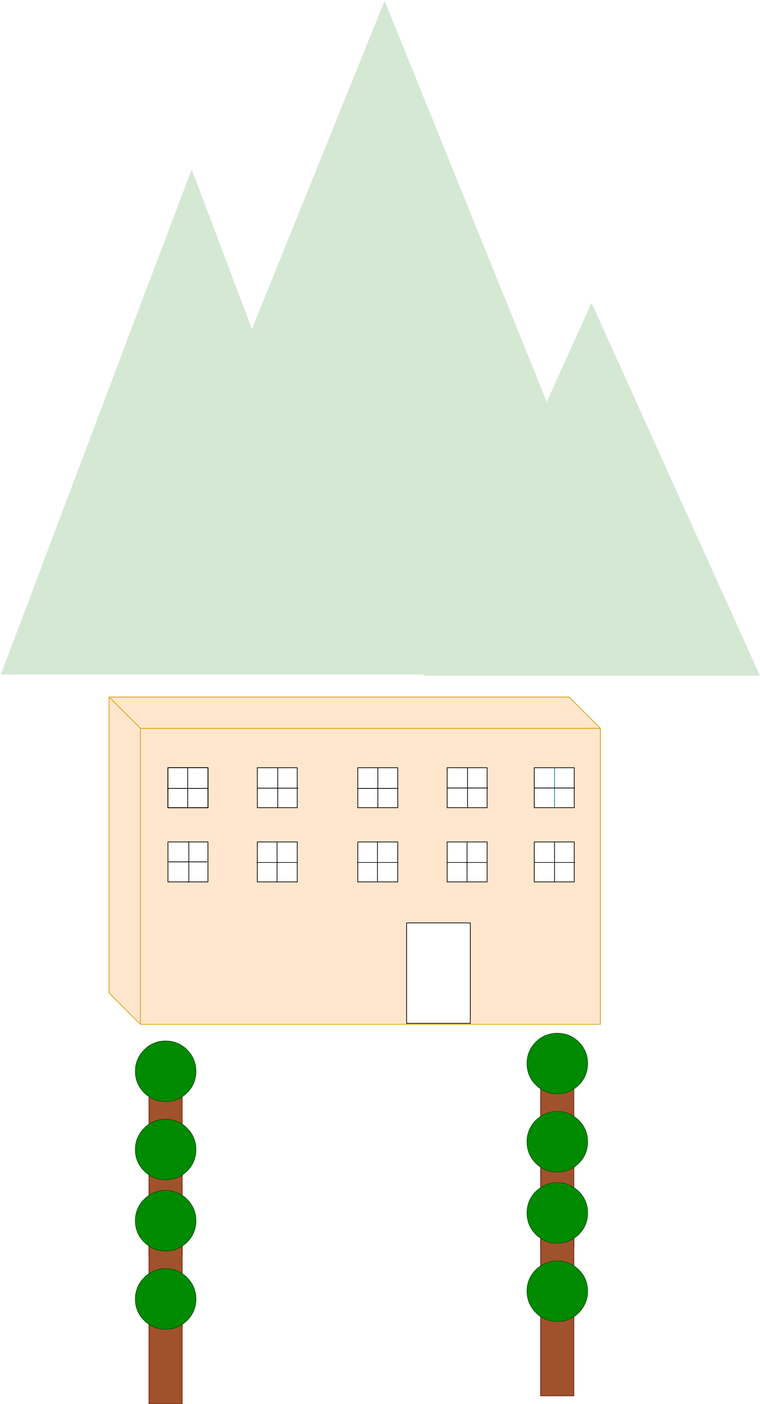
YassineYounes/eMoncefBay keeps this draw.io diagram as Untitled Diagram.svg. Above is the earlier version. Source tidied: cells renumbered, new cells last; positions are measured from the earlier drawing's top-left corner, leaving out a move shared by most shapes. The source it was exported from:
```xml
<mxGraphModel>
  <root>
    <mxCell id="0" />
    <mxCell id="1" parent="0" />
    <mxCell id="2" style="rounded=0;whiteSpace=wrap;html=1;fillColor=#a0522d;strokeColor=#6D1F00;fontColor=#ffffff;" parent="1" vertex="1">
      <mxGeometry x="845.6" y="1416.5" width="46.5" height="133.5" as="geometry" />
    </mxCell>
    <mxCell id="3" style="ellipse;whiteSpace=wrap;html=1;fillColor=#008a00;strokeColor=#005700;fontColor=#ffffff;" parent="1" vertex="1">
      <mxGeometry x="826.5" y="1360" width="85" height="85" as="geometry" />
    </mxCell>
    <mxCell id="4" style="rounded=0;whiteSpace=wrap;html=1;fillColor=#a0522d;strokeColor=#6D1F00;fontColor=#ffffff;" parent="1" vertex="1">
      <mxGeometry x="845.6" y="1526.5" width="46.5" height="133.5" as="geometry" />
    </mxCell>
    <mxCell id="5" style="ellipse;whiteSpace=wrap;html=1;fillColor=#008a00;strokeColor=#005700;fontColor=#ffffff;" parent="1" vertex="1">
      <mxGeometry x="826.5" y="1470" width="85" height="85" as="geometry" />
    </mxCell>
    <mxCell id="6" style="rounded=0;whiteSpace=wrap;html=1;fillColor=#a0522d;strokeColor=#6D1F00;fontColor=#ffffff;" parent="1" vertex="1">
      <mxGeometry x="845.6" y="1626.5" width="46.5" height="133.5" as="geometry" />
    </mxCell>
    <mxCell id="7" style="ellipse;whiteSpace=wrap;html=1;fillColor=#008a00;strokeColor=#005700;fontColor=#ffffff;" parent="1" vertex="1">
      <mxGeometry x="826.5" y="1570" width="85" height="85" as="geometry" />
    </mxCell>
    <mxCell id="8" style="rounded=0;whiteSpace=wrap;html=1;fillColor=#a0522d;strokeColor=#6D1F00;fontColor=#ffffff;" parent="1" vertex="1">
      <mxGeometry x="845.6" y="1736.5" width="46.5" height="133.5" as="geometry" />
    </mxCell>
    <mxCell id="9" style="ellipse;whiteSpace=wrap;html=1;fillColor=#008a00;strokeColor=#005700;fontColor=#ffffff;" parent="1" vertex="1">
      <mxGeometry x="826.5" y="1680" width="85" height="85" as="geometry" />
    </mxCell>
    <mxCell id="10" style="rounded=0;whiteSpace=wrap;html=1;fillColor=#a0522d;strokeColor=#6D1F00;fontColor=#ffffff;" parent="1" vertex="1">
      <mxGeometry x="295.6" y="1428" width="46.5" height="133.5" as="geometry" />
    </mxCell>
    <mxCell id="11" style="ellipse;whiteSpace=wrap;html=1;fillColor=#008a00;strokeColor=#005700;fontColor=#ffffff;" parent="1" vertex="1">
      <mxGeometry x="276.5" y="1371.5" width="85" height="85" as="geometry" />
    </mxCell>
    <mxCell id="12" style="rounded=0;whiteSpace=wrap;html=1;fillColor=#a0522d;strokeColor=#6D1F00;fontColor=#ffffff;" parent="1" vertex="1">
      <mxGeometry x="295.6" y="1538" width="46.5" height="133.5" as="geometry" />
    </mxCell>
    <mxCell id="13" style="ellipse;whiteSpace=wrap;html=1;fillColor=#008a00;strokeColor=#005700;fontColor=#ffffff;" parent="1" vertex="1">
      <mxGeometry x="276.5" y="1481.5" width="85" height="85" as="geometry" />
    </mxCell>
    <mxCell id="14" style="rounded=0;whiteSpace=wrap;html=1;fillColor=#a0522d;strokeColor=#6D1F00;fontColor=#ffffff;" parent="1" vertex="1">
      <mxGeometry x="295.6" y="1638" width="46.5" height="133.5" as="geometry" />
    </mxCell>
    <mxCell id="15" style="ellipse;whiteSpace=wrap;html=1;fillColor=#008a00;strokeColor=#005700;fontColor=#ffffff;" parent="1" vertex="1">
      <mxGeometry x="276.5" y="1581.5" width="85" height="85" as="geometry" />
    </mxCell>
    <mxCell id="16" style="rounded=0;whiteSpace=wrap;html=1;fillColor=#a0522d;strokeColor=#6D1F00;fontColor=#ffffff;" parent="1" vertex="1">
      <mxGeometry x="295.6" y="1748" width="46.5" height="133.5" as="geometry" />
    </mxCell>
    <mxCell id="17" style="ellipse;whiteSpace=wrap;html=1;fillColor=#008a00;strokeColor=#005700;fontColor=#ffffff;" parent="1" vertex="1">
      <mxGeometry x="276.5" y="1691.5" width="85" height="85" as="geometry" />
    </mxCell>
    <mxCell id="18" style="group;" parent="1" vertex="1">
      <mxGeometry x="239.5" y="888" width="690" height="460" as="geometry" />
    </mxCell>
    <mxCell id="19" style="shape=cube;whiteSpace=wrap;html=1;boundedLbl=1;backgroundOutline=1;fillColor=#ffe6cc;strokeColor=#d79b00;size=44;" parent="18" vertex="1">
      <mxGeometry width="690" height="460" as="geometry" />
    </mxCell>
    <mxCell id="20" style="whiteSpace=wrap;html=1;fontColor=#000000;" parent="18" vertex="1">
      <mxGeometry x="82.8" y="99.4" width="56.1" height="56.1" as="geometry" />
    </mxCell>
    <mxCell id="21" style="whiteSpace=wrap;html=1;fontColor=#000000;" parent="18" vertex="1">
      <mxGeometry x="208.2" y="99.4" width="56.1" height="56.1" as="geometry" />
    </mxCell>
    <mxCell id="22" style="whiteSpace=wrap;html=1;fontColor=#000000;" parent="18" vertex="1">
      <mxGeometry x="82.8" y="203.7" width="56.1" height="56.1" as="geometry" />
    </mxCell>
    <mxCell id="23" style="whiteSpace=wrap;html=1;fontColor=#000000;" parent="18" vertex="1">
      <mxGeometry x="208.2" y="203.7" width="56.1" height="56.1" as="geometry" />
    </mxCell>
    <mxCell id="24" style="whiteSpace=wrap;html=1;fontColor=#000000;" parent="18" vertex="1">
      <mxGeometry x="82.8" y="99.4" width="56.1" height="56.1" as="geometry" />
    </mxCell>
    <mxCell id="25" style="whiteSpace=wrap;html=1;fontColor=#000000;" parent="18" vertex="1">
      <mxGeometry x="474.8" y="99.4" width="56.1" height="56.1" as="geometry" />
    </mxCell>
    <mxCell id="26" style="whiteSpace=wrap;html=1;fontColor=#000000;" parent="18" vertex="1">
      <mxGeometry x="349.4" y="203.7" width="56.1" height="56.1" as="geometry" />
    </mxCell>
    <mxCell id="27" style="whiteSpace=wrap;html=1;fontColor=#000000;" parent="18" vertex="1">
      <mxGeometry x="474.8" y="203.7" width="56.1" height="56.1" as="geometry" />
    </mxCell>
    <mxCell id="28" style="whiteSpace=wrap;html=1;fontColor=#000000;" parent="18" vertex="1">
      <mxGeometry x="349.4" y="99.4" width="56.1" height="56.1" as="geometry" />
    </mxCell>
    <mxCell id="29" style="whiteSpace=wrap;html=1;fontColor=#000000;" parent="18" vertex="1">
      <mxGeometry x="597.1" y="99.4" width="56.1" height="56.1" as="geometry" />
    </mxCell>
    <mxCell id="30" style="whiteSpace=wrap;html=1;fontColor=#000000;" parent="18" vertex="1">
      <mxGeometry x="597.1" y="203.7" width="56.1" height="56.1" as="geometry" />
    </mxCell>
    <mxCell id="31" style="rounded=0;whiteSpace=wrap;html=1;fontColor=#000000;rotation=-90;" parent="18" vertex="1">
      <mxGeometry x="392" y="343.3" width="141.1" height="89.4" as="geometry" />
    </mxCell>
    <mxCell id="32" style="endArrow=none;html=1;fontColor=#000000;exitX=0.5;exitY=1;entryX=0.5;entryY=0;" parent="18" edge="1" source="22" target="22">
      <mxGeometry relative="1" as="geometry" />
    </mxCell>
    <mxCell id="33" style="endArrow=none;html=1;fontColor=#000000;exitX=0;exitY=0.5;entryX=1;entryY=0.5;" parent="18" edge="1" source="22" target="22">
      <mxGeometry relative="1" as="geometry" />
    </mxCell>
    <mxCell id="34" style="endArrow=none;html=1;fontColor=#000000;exitX=0.5;exitY=1;entryX=0.5;entryY=0;" parent="18" edge="1">
      <mxGeometry relative="1" as="geometry">
        <mxPoint x="235.9" y="259.6" as="sourcePoint" />
        <mxPoint x="235.9" y="203.9" as="targetPoint" />
      </mxGeometry>
    </mxCell>
    <mxCell id="35" style="endArrow=none;html=1;fontColor=#000000;exitX=0;exitY=0.5;entryX=1;entryY=0.5;" parent="18" edge="1">
      <mxGeometry relative="1" as="geometry">
        <mxPoint x="207.4" y="232.4" as="sourcePoint" />
        <mxPoint x="264.5" y="232.4" as="targetPoint" />
      </mxGeometry>
    </mxCell>
    <mxCell id="36" style="endArrow=none;html=1;fontColor=#000000;exitX=0.5;exitY=1;entryX=0.5;entryY=0;" parent="18" edge="1">
      <mxGeometry relative="1" as="geometry">
        <mxPoint x="376.9" y="259.6" as="sourcePoint" />
        <mxPoint x="376.9" y="203.9" as="targetPoint" />
      </mxGeometry>
    </mxCell>
    <mxCell id="37" style="endArrow=none;html=1;fontColor=#000000;exitX=0;exitY=0.5;entryX=1;entryY=0.5;" parent="18" edge="1">
      <mxGeometry relative="1" as="geometry">
        <mxPoint x="348.4" y="232.4" as="sourcePoint" />
        <mxPoint x="405.5" y="232.4" as="targetPoint" />
      </mxGeometry>
    </mxCell>
    <mxCell id="38" style="endArrow=none;html=1;fontColor=#000000;exitX=0.5;exitY=1;entryX=0.5;entryY=0;" parent="18" edge="1">
      <mxGeometry relative="1" as="geometry">
        <mxPoint x="502.8" y="259.6" as="sourcePoint" />
        <mxPoint x="502.8" y="203.9" as="targetPoint" />
      </mxGeometry>
    </mxCell>
    <mxCell id="39" style="endArrow=none;html=1;fontColor=#000000;exitX=0;exitY=0.5;entryX=1;entryY=0.5;" parent="18" edge="1">
      <mxGeometry relative="1" as="geometry">
        <mxPoint x="474.2" y="232.4" as="sourcePoint" />
        <mxPoint x="531.3" y="232.4" as="targetPoint" />
      </mxGeometry>
    </mxCell>
    <mxCell id="40" style="endArrow=none;html=1;fontColor=#000000;exitX=0.5;exitY=1;entryX=0.5;entryY=0;" parent="18" edge="1">
      <mxGeometry relative="1" as="geometry">
        <mxPoint x="236.9" y="155.2" as="sourcePoint" />
        <mxPoint x="236.9" y="99.5" as="targetPoint" />
      </mxGeometry>
    </mxCell>
    <mxCell id="41" style="endArrow=none;html=1;fontColor=#000000;exitX=0;exitY=0.5;entryX=1;entryY=0.5;" parent="18" edge="1">
      <mxGeometry relative="1" as="geometry">
        <mxPoint x="208.4" y="128.1" as="sourcePoint" />
        <mxPoint x="265.5" y="128.1" as="targetPoint" />
      </mxGeometry>
    </mxCell>
    <mxCell id="42" style="endArrow=none;html=1;fontColor=#000000;exitX=0.5;exitY=1;entryX=0.5;entryY=0;" parent="18" edge="1">
      <mxGeometry relative="1" as="geometry">
        <mxPoint x="503.4" y="155.1" as="sourcePoint" />
        <mxPoint x="503.4" y="99.4" as="targetPoint" />
      </mxGeometry>
    </mxCell>
    <mxCell id="43" style="endArrow=none;html=1;fontColor=#000000;exitX=0;exitY=0.5;entryX=1;entryY=0.5;" parent="18" edge="1">
      <mxGeometry relative="1" as="geometry">
        <mxPoint x="474.9" y="127.9" as="sourcePoint" />
        <mxPoint x="532" y="127.9" as="targetPoint" />
      </mxGeometry>
    </mxCell>
    <mxCell id="44" style="endArrow=none;html=1;fontColor=#000000;exitX=0.5;exitY=1;entryX=0.5;entryY=0;" parent="18" edge="1">
      <mxGeometry relative="1" as="geometry">
        <mxPoint x="377.4" y="155.6" as="sourcePoint" />
        <mxPoint x="377.4" y="99.9" as="targetPoint" />
      </mxGeometry>
    </mxCell>
    <mxCell id="45" style="endArrow=none;html=1;fontColor=#000000;exitX=0;exitY=0.5;entryX=1;entryY=0.5;" parent="18" edge="1">
      <mxGeometry relative="1" as="geometry">
        <mxPoint x="348.9" y="128.4" as="sourcePoint" />
        <mxPoint x="406" y="128.4" as="targetPoint" />
      </mxGeometry>
    </mxCell>
    <mxCell id="46" style="endArrow=none;html=1;fontColor=#000000;exitX=0.5;exitY=1;entryX=0.5;entryY=0;" parent="18" edge="1">
      <mxGeometry relative="1" as="geometry">
        <mxPoint x="110.4" y="155.6" as="sourcePoint" />
        <mxPoint x="110.4" y="99.9" as="targetPoint" />
      </mxGeometry>
    </mxCell>
    <mxCell id="47" style="endArrow=none;html=1;fontColor=#000000;exitX=0;exitY=0.5;entryX=1;entryY=0.5;" parent="18" edge="1">
      <mxGeometry relative="1" as="geometry">
        <mxPoint x="81.9" y="128.4" as="sourcePoint" />
        <mxPoint x="139" y="128.4" as="targetPoint" />
      </mxGeometry>
    </mxCell>
    <mxCell id="48" style="endArrow=none;html=1;fontColor=#000000;exitX=0.5;exitY=1;entryX=0.5;entryY=0;fillColor=#b0e3e6;strokeColor=#0e8088;" parent="18" edge="1">
      <mxGeometry relative="1" as="geometry">
        <mxPoint x="625.6" y="155.1" as="sourcePoint" />
        <mxPoint x="625.6" y="99.4" as="targetPoint" />
      </mxGeometry>
    </mxCell>
    <mxCell id="49" style="endArrow=none;html=1;fontColor=#000000;exitX=0;exitY=0.5;entryX=1;entryY=0.5;" parent="18" edge="1">
      <mxGeometry relative="1" as="geometry">
        <mxPoint x="597" y="127.9" as="sourcePoint" />
        <mxPoint x="654.2" y="127.9" as="targetPoint" />
      </mxGeometry>
    </mxCell>
    <mxCell id="50" style="endArrow=none;html=1;fontColor=#000000;exitX=0.5;exitY=1;entryX=0.5;entryY=0;" parent="18" edge="1">
      <mxGeometry relative="1" as="geometry">
        <mxPoint x="625.6" y="259.6" as="sourcePoint" />
        <mxPoint x="625.6" y="203.9" as="targetPoint" />
      </mxGeometry>
    </mxCell>
    <mxCell id="51" style="endArrow=none;html=1;fontColor=#000000;exitX=0;exitY=0.5;entryX=1;entryY=0.5;" parent="18" edge="1">
      <mxGeometry relative="1" as="geometry">
        <mxPoint x="597" y="232.4" as="sourcePoint" />
        <mxPoint x="654.2" y="232.4" as="targetPoint" />
      </mxGeometry>
    </mxCell>
    <mxCell id="52" style="triangle;whiteSpace=wrap;html=1;rotation=-90;fillColor=#d5e8d4;strokeColor=none;" parent="1" vertex="1">
      <mxGeometry x="655" y="359.5" width="524" height="473" as="geometry" />
    </mxCell>
    <mxCell id="53" style="triangle;whiteSpace=wrap;html=1;rotation=-90;fillColor=#d5e8d4;strokeColor=none;" parent="1" vertex="1">
      <mxGeometry x="0.5" y="233.5" width="710" height="536" as="geometry" />
    </mxCell>
    <mxCell id="54" style="triangle;rotation=-90;fillColor=#d5e8d4;strokeColor=none;labelBorderColor=none;whiteSpace=wrap;html=1;" parent="1" vertex="1">
      <mxGeometry x="153" y="0.5" width="947" height="765" as="geometry" />
    </mxCell>
  </root>
</mxGraphModel>
```
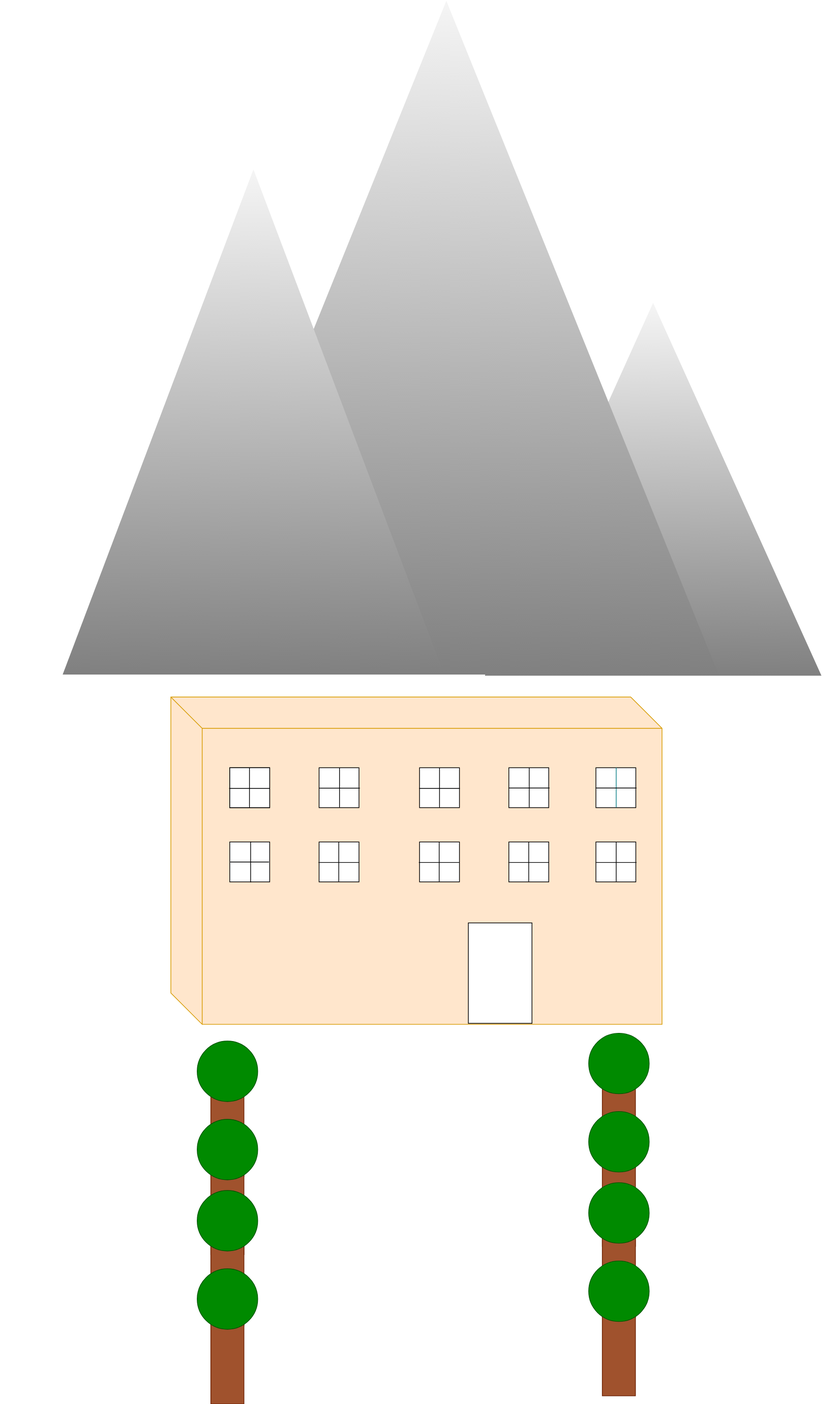
After the change.

Change to the diagram source:
```diff
@@ -206,14 +206,17 @@
         <mxPoint x="654.2" y="232.4" as="targetPoint" />
       </mxGeometry>
     </mxCell>
+    <mxCell id="55" style="group;" parent="1" vertex="1">
+      <mxGeometry x="0.5" y="0.5" width="1178.5" height="832" as="geometry" />
+    </mxCell>
-    <mxCell id="52" style="triangle;whiteSpace=wrap;html=1;rotation=-90;fillColor=#d5e8d4;strokeColor=none;" parent="1" vertex="1">
-      <mxGeometry x="655" y="359.5" width="524" height="473" as="geometry" />
+    <mxCell id="52" style="triangle;whiteSpace=wrap;html=1;rotation=-90;fillColor=#f5f5f5;strokeColor=none;fontColor=#333333;gradientColor=#808080;gradientDirection=west;" parent="55" vertex="1">
+      <mxGeometry x="654.5" y="359" width="524" height="473" as="geometry" />
     </mxCell>
+    <mxCell id="54" style="triangle;rotation=-90;fillColor=#f5f5f5;strokeColor=none;labelBorderColor=none;whiteSpace=wrap;html=1;fontColor=#333333;gradientColor=#808080;gradientDirection=west;" parent="55" vertex="1">
+      <mxGeometry x="152.5" width="947" height="765" as="geometry" />
+    </mxCell>
-    <mxCell id="53" style="triangle;whiteSpace=wrap;html=1;rotation=-90;fillColor=#d5e8d4;strokeColor=none;" parent="1" vertex="1">
-      <mxGeometry x="0.5" y="233.5" width="710" height="536" as="geometry" />
+    <mxCell id="53" style="triangle;whiteSpace=wrap;html=1;rotation=-90;fillColor=#f5f5f5;strokeColor=none;fontColor=#333333;gradientColor=#808080;gradientDirection=west;" parent="55" vertex="1">
+      <mxGeometry y="233" width="710" height="536" as="geometry" />
     </mxCell>
-    <mxCell id="54" style="triangle;rotation=-90;fillColor=#d5e8d4;strokeColor=none;labelBorderColor=none;whiteSpace=wrap;html=1;" parent="1" vertex="1">
-      <mxGeometry x="153" y="0.5" width="947" height="765" as="geometry" />
-    </mxCell>
   </root>
 </mxGraphModel>
```
